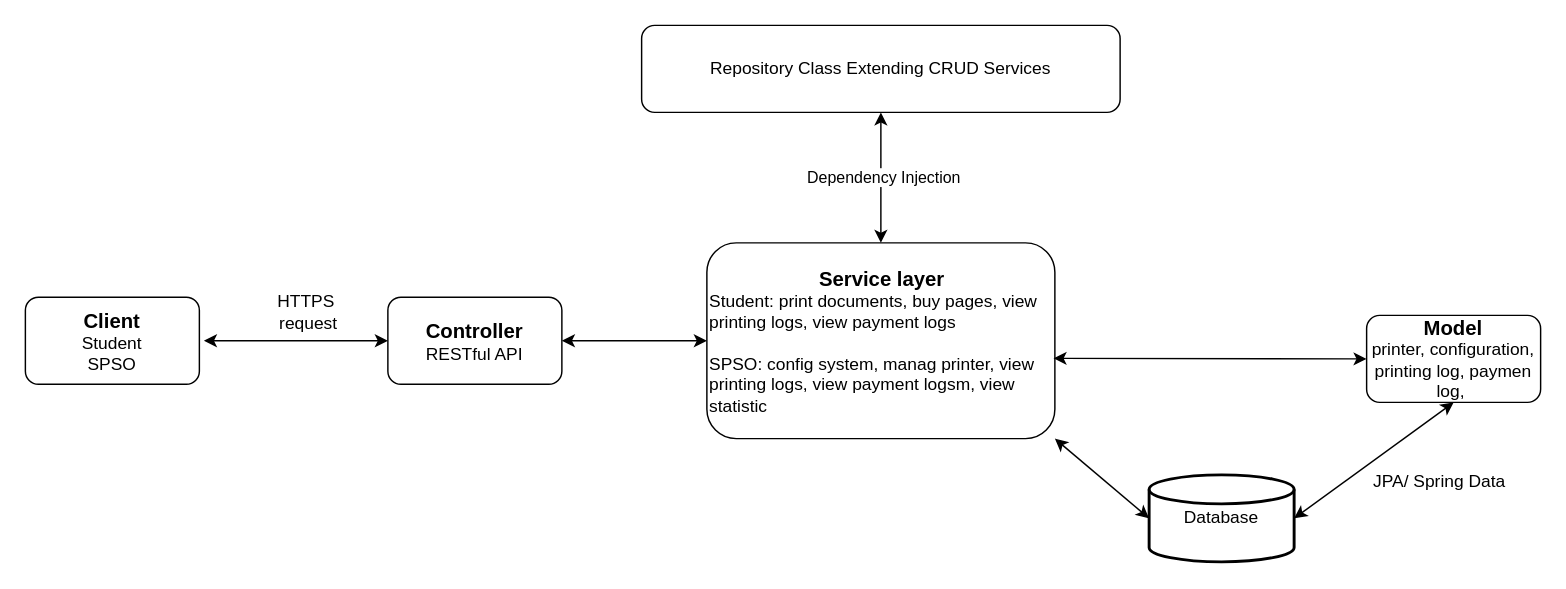
The draw.io diagram page "architecture" (5 of 8) of diagram.drawio in pnv2003/hcmut-ssps, before the edit. Source tidied: cells renumbered, new cells numbered last; positions are measured from the earlier drawing's top-left corner, leaving out a move shared by most shapes. Both pictures are drawn from the tidied source at 145%, with x=0, y=0 at pixel (25, 25).
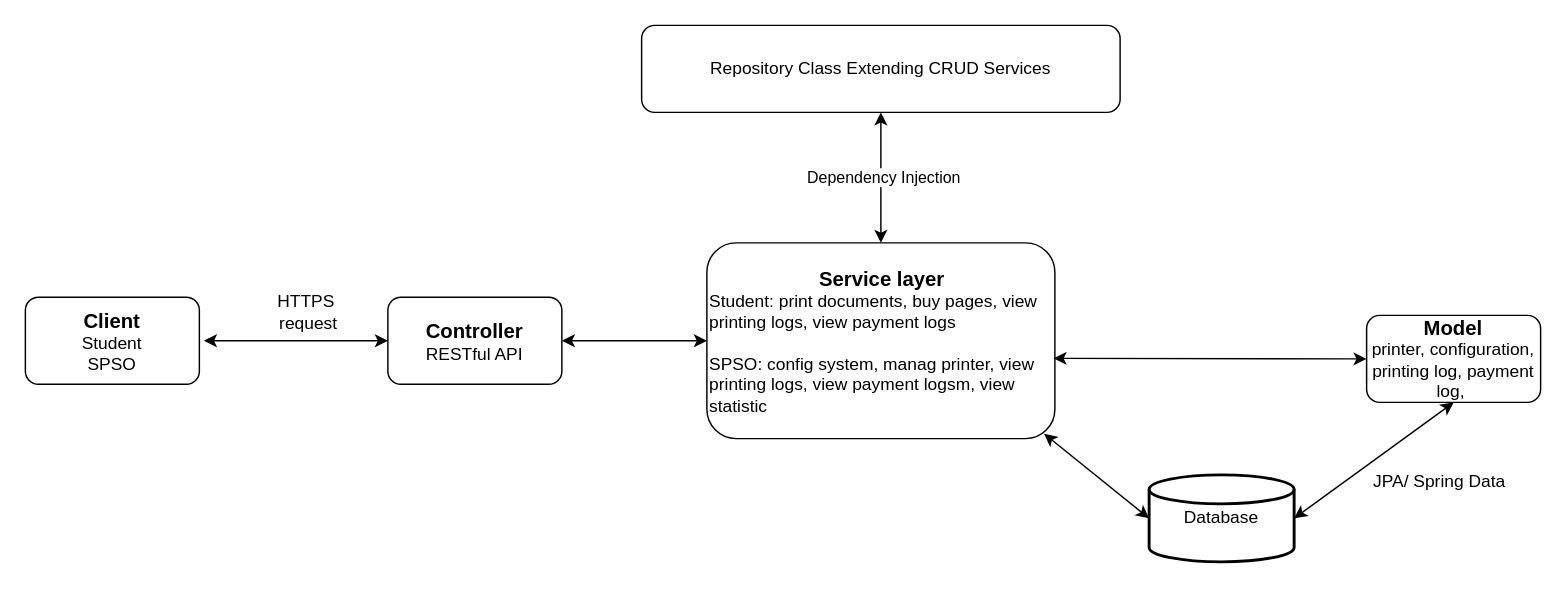
Above is the later version.

The edit, as a diff of the source:
```diff
@@
 <mxGraphModel>
   <root>
     <mxCell id="0" />
     <mxCell id="1" parent="0" />
     <mxCell id="2" value="&lt;font style=&quot;font-size: 14px;&quot;&gt;&lt;b&gt;Client&lt;/b&gt;&lt;/font&gt;&lt;br&gt;Student&lt;br&gt;SPSO" style="rounded=1;whiteSpace=wrap;html=1;" parent="1" vertex="1">
       <mxGeometry y="187.5" width="120" height="60" as="geometry" />
     </mxCell>
     <mxCell id="3" value="&lt;font style=&quot;font-size: 14px;&quot;&gt;&lt;b&gt;Controller&lt;/b&gt;&lt;/font&gt;&lt;br&gt;RESTful API" style="rounded=1;whiteSpace=wrap;html=1;" parent="1" vertex="1">
       <mxGeometry x="250" y="187.5" width="120" height="60" as="geometry" />
     </mxCell>
     <mxCell id="4" style="endArrow=classic;startArrow=classic;html=1;rounded=0;entryX=0;entryY=0.5;entryDx=0;entryDy=0;exitX=1.026;exitY=0.5;exitDx=0;exitDy=0;exitPerimeter=0;" parent="1" edge="1" source="2" target="3">
       <mxGeometry relative="1" as="geometry" />
     </mxCell>
     <mxCell id="5" value="HTTPS&amp;nbsp;&lt;br&gt;request" style="text;html=1;align=center;verticalAlign=middle;strokeColor=none;fillColor=none;" parent="1" vertex="1">
       <mxGeometry x="160" y="177.5" width="70" height="40" as="geometry" />
     </mxCell>
     <mxCell id="6" value="&lt;div style=&quot;text-align: center;&quot;&gt;&lt;b style=&quot;background-color: initial;&quot;&gt;&lt;font style=&quot;font-size: 14px;&quot;&gt;Service layer&lt;/font&gt;&lt;/b&gt;&lt;/div&gt;Student: print documents, buy pages, view printing logs, view payment logs&lt;br&gt;&lt;br&gt;SPSO: config system, manag printer, view printing logs, view payment logsm, view statistic" style="rounded=1;whiteSpace=wrap;html=1;align=left;" parent="1" vertex="1">
       <mxGeometry x="470" y="150" width="240" height="135" as="geometry" />
     </mxCell>
     <mxCell id="7" style="endArrow=classic;startArrow=classic;html=1;rounded=0;entryX=0;entryY=0.5;entryDx=0;entryDy=0;exitX=1;exitY=0.5;exitDx=0;exitDy=0;" parent="1" edge="1" source="3" target="6">
       <mxGeometry relative="1" as="geometry" />
     </mxCell>
-    <mxCell id="8" value="&lt;b&gt;&lt;font style=&quot;font-size: 14px;&quot;&gt;Model&lt;/font&gt;&lt;/b&gt;&lt;br&gt;printer, configuration, printing log, paymen log,&amp;nbsp;" style="rounded=1;whiteSpace=wrap;html=1;" parent="1" vertex="1">
+    <mxCell id="8" value="&lt;b&gt;&lt;font style=&quot;font-size: 14px;&quot;&gt;Model&lt;/font&gt;&lt;/b&gt;&lt;br&gt;printer, configuration, printing log, payment log,&amp;nbsp;" style="rounded=1;whiteSpace=wrap;html=1;" parent="1" vertex="1">
       <mxGeometry x="925" y="200" width="120" height="60" as="geometry" />
     </mxCell>
     <mxCell id="9" style="endArrow=classic;startArrow=classic;html=1;rounded=0;exitX=0.996;exitY=0.59;exitDx=0;exitDy=0;entryX=0;entryY=0.5;entryDx=0;entryDy=0;exitPerimeter=0;" parent="1" edge="1" source="6" target="8">
       <mxGeometry relative="1" as="geometry" />
     </mxCell>
     <mxCell id="10" value="Repository Class Extending CRUD Services" style="rounded=1;whiteSpace=wrap;html=1;" parent="1" vertex="1">
       <mxGeometry x="425" width="330" height="60" as="geometry" />
     </mxCell>
     <mxCell id="11" style="endArrow=classic;startArrow=classic;html=1;rounded=0;entryX=0.5;entryY=0;entryDx=0;entryDy=0;exitX=0.5;exitY=1;exitDx=0;exitDy=0;" parent="1" edge="1" source="10" target="6">
       <mxGeometry relative="1" as="geometry" />
     </mxCell>
     <mxCell id="12" value="Dependency Injection" style="edgeLabel;html=1;align=center;verticalAlign=middle;" parent="11" vertex="1">
       <mxGeometry x="-0.02" y="1" relative="1" as="geometry" />
     </mxCell>
     <mxCell id="13" value="Database" style="strokeWidth=2;html=1;shape=mxgraph.flowchart.database;whiteSpace=wrap;" parent="1" vertex="1">
       <mxGeometry x="775" y="310" width="100" height="60" as="geometry" />
     </mxCell>
     <mxCell id="14" style="endArrow=classic;startArrow=classic;html=1;rounded=0;entryX=0.5;entryY=1;entryDx=0;entryDy=0;exitX=1;exitY=0.5;exitDx=0;exitDy=0;exitPerimeter=0;" parent="1" edge="1" source="13" target="8">
       <mxGeometry relative="1" as="geometry" />
     </mxCell>
     <mxCell id="15" value="JPA/ Spring Data" style="text;html=1;align=center;verticalAlign=middle;strokeColor=none;fillColor=none;" parent="1" vertex="1">
       <mxGeometry x="920" y="300" width="110" height="30" as="geometry" />
     </mxCell>
-    <mxCell id="16" style="endArrow=classic;startArrow=classic;html=1;rounded=0;entryX=0;entryY=0.5;entryDx=0;entryDy=0;exitX=1;exitY=1;exitDx=0;exitDy=0;entryPerimeter=0;" parent="1" edge="1" source="6" target="13">
+    <mxCell id="16" style="endArrow=classic;startArrow=classic;html=1;rounded=0;entryX=0;entryY=0.5;entryDx=0;entryDy=0;exitX=0.969;exitY=0.975;exitDx=0;exitDy=0;entryPerimeter=0;exitPerimeter=0;" parent="1" edge="1" source="6" target="13">
       <mxGeometry relative="1" as="geometry" />
     </mxCell>
   </root>
 </mxGraphModel>
```
